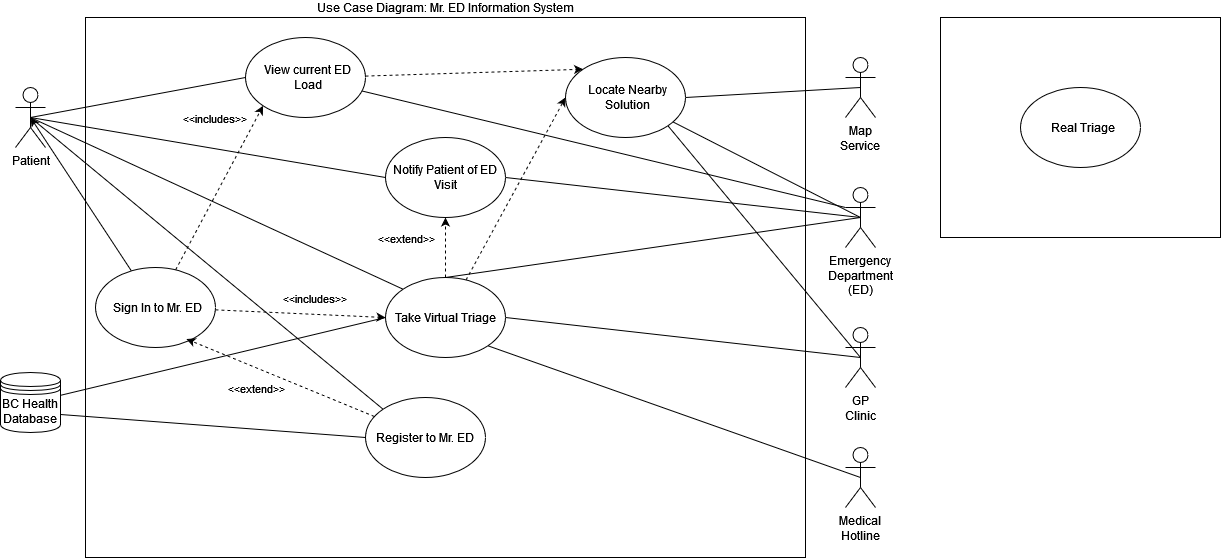
Above: Assets/UseCaseDiagram.drawio.png in uvic-teach/project-m1-team9 (draw.io), before the change. Source tidied: cells renumbered, new cells last; positions are measured from the earlier drawing's top-left corner, leaving out a move shared by most shapes.
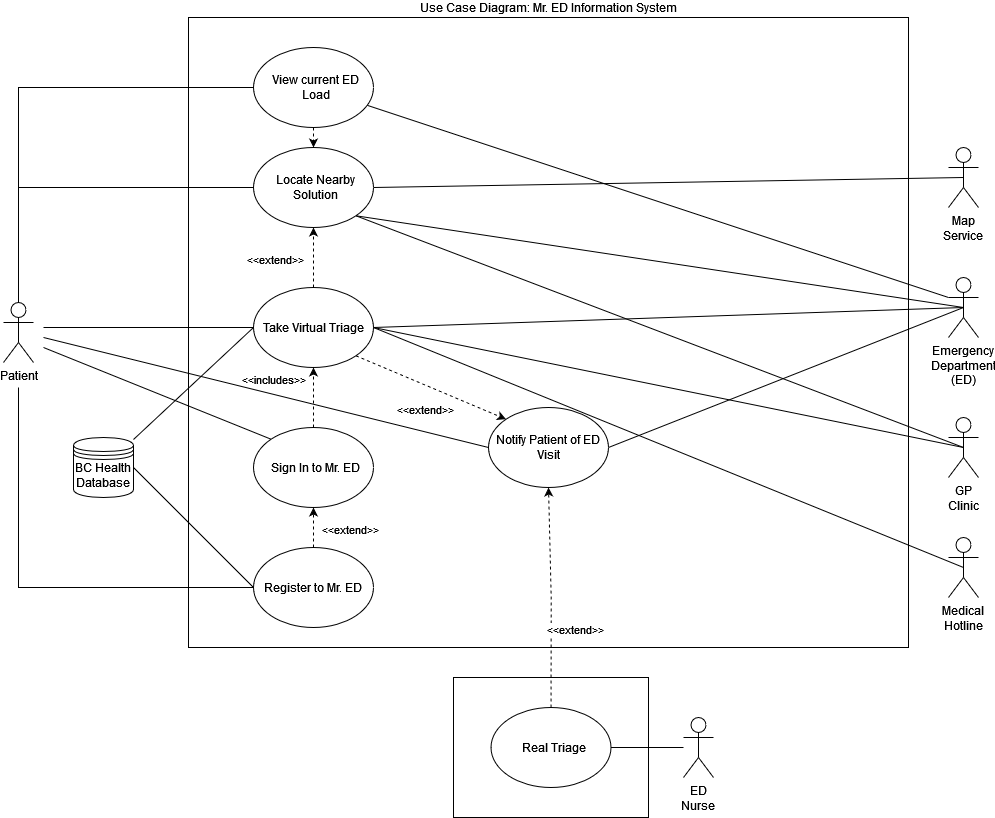
Above is the later version.

Change to the diagram source:
```diff
@@ -3,40 +3,68 @@
     <mxCell id="0" />
     <mxCell id="1" parent="0" />
     <mxCell id="2" value="Use Case Diagram: Mr. ED Information System" style="rounded=0;whiteSpace=wrap;html=1;labelPosition=center;verticalLabelPosition=top;align=center;verticalAlign=bottom;" parent="1" vertex="1">
-      <mxGeometry x="85" width="720" height="540" as="geometry" />
+      <mxGeometry x="85" y="-90" width="720" height="630" as="geometry" />
     </mxCell>
-    <mxCell id="3" style="rounded=0;jettySize=auto;html=1;entryX=0;entryY=0.5;entryDx=0;entryDy=0;endArrow=none;endFill=0;exitX=0.5;exitY=0.5;exitDx=0;exitDy=0;exitPerimeter=0;" parent="1" edge="1" source="5" target="12">
-      <mxGeometry relative="1" as="geometry" />
+    <mxCell id="3" style="rounded=0;jettySize=auto;html=1;entryX=0;entryY=0.5;entryDx=0;entryDy=0;endArrow=none;endFill=0;" parent="1" edge="1" target="12">
+      <mxGeometry relative="1" as="geometry">
+        <mxPoint x="-60" y="230" as="sourcePoint" />
+      </mxGeometry>
     </mxCell>
-    <mxCell id="4" style="rounded=0;jettySize=auto;html=1;entryX=0;entryY=0;entryDx=0;entryDy=0;endArrow=none;endFill=0;exitX=0.5;exitY=0.5;exitDx=0;exitDy=0;exitPerimeter=0;" parent="1" edge="1" source="5" target="9">
-      <mxGeometry relative="1" as="geometry" />
+    <mxCell id="4" style="rounded=0;jettySize=auto;html=1;entryX=0;entryY=0.5;entryDx=0;entryDy=0;endArrow=none;endFill=0;" parent="1" edge="1" target="9">
+      <mxGeometry relative="1" as="geometry">
+        <mxPoint x="-60" y="220" as="sourcePoint" />
+      </mxGeometry>
     </mxCell>
+    <mxCell id="42" style="rounded=0;jettySize=auto;html=1;entryX=0;entryY=0;entryDx=0;entryDy=0;endArrow=none;endFill=0;" parent="1" edge="1" target="35">
+      <mxGeometry relative="1" as="geometry">
+        <mxPoint x="-60" y="240" as="sourcePoint" />
+      </mxGeometry>
+    </mxCell>
+    <mxCell id="17" style="edgeStyle=orthogonalEdgeStyle;rounded=0;jettySize=auto;html=1;entryX=0;entryY=0.5;entryDx=0;entryDy=0;endArrow=none;endFill=0;" parent="1" edge="1" source="5" target="11">
+      <mxGeometry relative="1" as="geometry">
+        <Array as="points">
+          <mxPoint x="-85" y="-20" />
+        </Array>
+      </mxGeometry>
+    </mxCell>
+    <mxCell id="43" style="edgeStyle=orthogonalEdgeStyle;rounded=0;jettySize=auto;html=1;entryX=0;entryY=0.5;entryDx=0;entryDy=0;endArrow=none;endFill=0;" parent="1" edge="1" source="5" target="28">
+      <mxGeometry relative="1" as="geometry">
+        <Array as="points">
+          <mxPoint x="-85" y="80" />
+        </Array>
+      </mxGeometry>
+    </mxCell>
     <mxCell id="5" value="Patient" style="shape=umlActor;verticalLabelPosition=bottom;verticalAlign=top;html=1;" parent="1" vertex="1">
-      <mxGeometry x="15" y="70" width="30" height="60" as="geometry" />
+      <mxGeometry x="-100" y="195" width="30" height="60" as="geometry" />
     </mxCell>
     <mxCell id="6" value="Register to Mr. ED" style="ellipse;whiteSpace=wrap;html=1;" parent="1" vertex="1">
-      <mxGeometry x="365" y="380" width="120" height="80" as="geometry" />
+      <mxGeometry x="150" y="440" width="120" height="80" as="geometry" />
     </mxCell>
-    <mxCell id="7" style="rounded=0;jettySize=auto;html=1;entryX=0.5;entryY=1;entryDx=0;entryDy=0;dashed=1;exitX=0.5;exitY=0;exitDx=0;exitDy=0;" parent="1" edge="1" source="9" target="12">
+    <mxCell id="7" style="rounded=0;jettySize=auto;html=1;entryX=0;entryY=0;entryDx=0;entryDy=0;dashed=1;exitX=1;exitY=1;exitDx=0;exitDy=0;" parent="1" edge="1" source="9" target="12">
       <mxGeometry relative="1" as="geometry" />
     </mxCell>
-    <mxCell id="8" style="rounded=0;jettySize=auto;html=1;entryX=0;entryY=0.5;entryDx=0;entryDy=0;dashed=1;" parent="1" edge="1" source="9" target="28">
+    <mxCell id="8" style="rounded=0;jettySize=auto;html=1;entryX=0.5;entryY=1;entryDx=0;entryDy=0;dashed=1;" parent="1" edge="1" source="9" target="28">
       <mxGeometry relative="1" as="geometry" />
     </mxCell>
     <mxCell id="9" value="Take Virtual Triage" style="ellipse;whiteSpace=wrap;html=1;" parent="1" vertex="1">
-      <mxGeometry x="385" y="260" width="120" height="80" as="geometry" />
+      <mxGeometry x="150" y="180" width="120" height="80" as="geometry" />
     </mxCell>
-    <mxCell id="10" style="rounded=0;jettySize=auto;html=1;entryX=0;entryY=0;entryDx=0;entryDy=0;dashed=1;" parent="1" edge="1" source="11" target="28">
+    <mxCell id="10" style="rounded=0;jettySize=auto;html=1;entryX=0.5;entryY=0;entryDx=0;entryDy=0;dashed=1;" parent="1" edge="1" source="11" target="28">
       <mxGeometry relative="1" as="geometry" />
     </mxCell>
     <mxCell id="11" value="View current ED Load" style="ellipse;whiteSpace=wrap;html=1;spacingLeft=5;" parent="1" vertex="1">
-      <mxGeometry x="245" y="20" width="120" height="80" as="geometry" />
+      <mxGeometry x="150" y="-60" width="120" height="80" as="geometry" />
     </mxCell>
     <mxCell id="12" value="Notify Patient of ED Visit" style="ellipse;whiteSpace=wrap;html=1;" parent="1" vertex="1">
-      <mxGeometry x="385" y="120" width="120" height="80" as="geometry" />
+      <mxGeometry x="385" y="300" width="120" height="80" as="geometry" />
     </mxCell>
-    <mxCell id="13" style="endArrow=none;html=1;rounded=0;entryX=0;entryY=0;entryDx=0;entryDy=0;endFill=0;exitX=0.5;exitY=0.5;exitDx=0;exitDy=0;exitPerimeter=0;" parent="1" edge="1" source="5" target="6">
-      <mxGeometry relative="1" as="geometry" />
+    <mxCell id="13" style="endArrow=none;html=1;rounded=0;entryX=0;entryY=0.5;entryDx=0;entryDy=0;endFill=0;edgeStyle=orthogonalEdgeStyle;" parent="1" edge="1" target="6">
+      <mxGeometry relative="1" as="geometry">
+        <mxPoint x="-85" y="280" as="sourcePoint" />
+        <Array as="points">
+          <mxPoint x="-85" y="480" />
+        </Array>
+      </mxGeometry>
     </mxCell>
     <mxCell id="14" style="rounded=0;jettySize=auto;html=1;entryX=1;entryY=0.5;entryDx=0;entryDy=0;endArrow=none;endFill=0;exitX=0.5;exitY=0.5;exitDx=0;exitDy=0;exitPerimeter=0;" parent="1" edge="1" source="15" target="12">
       <mxGeometry relative="1" as="geometry" />
@@ -44,22 +72,19 @@
     <mxCell id="15" value="Emergency Department (ED)" style="shape=umlActor;verticalLabelPosition=bottom;verticalAlign=top;html=1;whiteSpace=wrap;" parent="1" vertex="1">
       <mxGeometry x="845" y="170" width="30" height="60" as="geometry" />
     </mxCell>
-    <mxCell id="16" style="endArrow=none;endFill=0;endSize=6;html=1;rounded=0;entryX=0.5;entryY=0;entryDx=0;entryDy=0;exitX=0.5;exitY=0.5;exitDx=0;exitDy=0;exitPerimeter=0;" parent="1" edge="1" source="15" target="9">
+    <mxCell id="16" style="endArrow=none;endFill=0;endSize=6;html=1;rounded=0;entryX=1;entryY=0.5;entryDx=0;entryDy=0;exitX=0.5;exitY=0.5;exitDx=0;exitDy=0;exitPerimeter=0;" parent="1" edge="1" source="15" target="9">
       <mxGeometry relative="1" as="geometry" />
     </mxCell>
-    <mxCell id="17" style="endArrow=none;html=1;rounded=0;entryX=0;entryY=0.5;entryDx=0;entryDy=0;endFill=0;exitX=0.5;exitY=0.5;exitDx=0;exitDy=0;exitPerimeter=0;" parent="1" edge="1" source="5" target="11">
-      <mxGeometry relative="1" as="geometry" />
-    </mxCell>
-    <mxCell id="18" style="rounded=0;jettySize=auto;html=1;entryX=0;entryY=0.5;entryDx=0;entryDy=0;endArrow=none;endFill=0;exitX=1;exitY=0.7;exitDx=0;exitDy=0;" parent="1" edge="1" source="20" target="6">
+    <mxCell id="18" style="rounded=0;jettySize=auto;html=1;entryX=0;entryY=0.5;entryDx=0;entryDy=0;endArrow=none;endFill=0;exitX=1;exitY=0.5;exitDx=0;exitDy=0;" parent="1" edge="1" source="20" target="6">
       <mxGeometry relative="1" as="geometry" />
     </mxCell>
     <mxCell id="19" style="rounded=0;jettySize=auto;html=1;entryX=0;entryY=0.5;entryDx=0;entryDy=0;endArrow=none;endFill=0;" parent="1" edge="1" source="20" target="9">
       <mxGeometry relative="1" as="geometry" />
     </mxCell>
     <mxCell id="20" value="BC Health Database" style="shape=datastore;whiteSpace=wrap;html=1;" parent="1" vertex="1">
-      <mxGeometry y="355" width="60" height="60" as="geometry" />
+      <mxGeometry x="-30" y="330" width="60" height="60" as="geometry" />
     </mxCell>
-    <mxCell id="21" style="rounded=0;jettySize=auto;html=1;entryX=1;entryY=1;entryDx=0;entryDy=0;endArrow=none;endFill=0;exitX=0.5;exitY=0.5;exitDx=0;exitDy=0;exitPerimeter=0;" parent="1" edge="1" source="22" target="9">
+    <mxCell id="21" style="rounded=0;jettySize=auto;html=1;entryX=1;entryY=0.5;entryDx=0;entryDy=0;endArrow=none;endFill=0;exitX=0.5;exitY=0.5;exitDx=0;exitDy=0;exitPerimeter=0;" parent="1" edge="1" source="22" target="9">
       <mxGeometry relative="1" as="geometry" />
     </mxCell>
     <mxCell id="22" value="Medical Hotline" style="shape=umlActor;verticalLabelPosition=bottom;verticalAlign=top;html=1;whiteSpace=wrap;" parent="1" vertex="1">
@@ -75,13 +100,13 @@
       <mxGeometry relative="1" as="geometry" />
     </mxCell>
     <mxCell id="26" value="&amp;lt;&amp;lt;extend&amp;gt;&amp;gt;" style="edgeLabel;html=1;align=center;verticalAlign=middle;" parent="1" vertex="1">
-      <mxGeometry x="255" y="370" as="geometry" />
+      <mxGeometry x="245" y="420" as="geometry" />
     </mxCell>
     <mxCell id="27" value="&amp;lt;&amp;lt;extend&amp;gt;&amp;gt;" style="edgeLabel;html=1;align=center;verticalAlign=middle;" parent="1" vertex="1">
-      <mxGeometry x="405" y="220" as="geometry" />
+      <mxGeometry x="170" y="150" as="geometry" />
     </mxCell>
     <mxCell id="28" value="Locate Nearby Solution" style="ellipse;whiteSpace=wrap;html=1;spacingLeft=5;" parent="1" vertex="1">
-      <mxGeometry x="565" y="40" width="120" height="80" as="geometry" />
+      <mxGeometry x="150" y="40" width="120" height="80" as="geometry" />
     </mxCell>
     <mxCell id="29" style="rounded=0;jettySize=auto;html=1;entryX=1;entryY=0.5;entryDx=0;entryDy=0;endArrow=none;endFill=0;exitX=0.5;exitY=0.5;exitDx=0;exitDy=0;exitPerimeter=0;" parent="1" edge="1" source="30" target="28">
       <mxGeometry relative="1" as="geometry" />
@@ -92,39 +117,43 @@
     <mxCell id="31" style="rounded=0;jettySize=auto;html=1;entryX=0.5;entryY=0.5;entryDx=0;entryDy=0;entryPerimeter=0;endArrow=none;endFill=0;exitX=1;exitY=1;exitDx=0;exitDy=0;" parent="1" edge="1" source="28" target="24">
       <mxGeometry relative="1" as="geometry" />
     </mxCell>
-    <mxCell id="32" style="rounded=0;jettySize=auto;html=1;entryX=0.5;entryY=0.5;entryDx=0;entryDy=0;entryPerimeter=0;endArrow=none;endFill=0;" parent="1" edge="1" source="28" target="15">
+    <mxCell id="32" style="rounded=0;jettySize=auto;html=1;entryX=0.5;entryY=0.5;entryDx=0;entryDy=0;entryPerimeter=0;endArrow=none;endFill=0;exitX=1;exitY=1;exitDx=0;exitDy=0;" parent="1" edge="1" source="28" target="15">
       <mxGeometry relative="1" as="geometry" />
     </mxCell>
-    <mxCell id="33" style="rounded=0;jettySize=auto;html=1;entryX=0;entryY=0.5;entryDx=0;entryDy=0;dashed=1;" parent="1" edge="1" source="35" target="9">
+    <mxCell id="33" style="rounded=0;jettySize=auto;html=1;entryX=0.5;entryY=1;entryDx=0;entryDy=0;dashed=1;" parent="1" edge="1" source="35" target="9">
       <mxGeometry relative="1" as="geometry" />
     </mxCell>
-    <mxCell id="34" style="rounded=0;jettySize=auto;html=1;entryX=0;entryY=1;entryDx=0;entryDy=0;dashed=1;" parent="1" edge="1" source="35" target="11">
-      <mxGeometry relative="1" as="geometry" />
-    </mxCell>
     <mxCell id="35" value="Sign In to Mr. ED" style="ellipse;whiteSpace=wrap;html=1;spacingLeft=5;" parent="1" vertex="1">
-      <mxGeometry x="95" y="250" width="120" height="80" as="geometry" />
+      <mxGeometry x="150" y="320" width="120" height="80" as="geometry" />
     </mxCell>
-    <mxCell id="36" style="rounded=0;jettySize=auto;html=1;entryX=0.5;entryY=0.5;entryDx=0;entryDy=0;entryPerimeter=0;" parent="1" edge="1" source="35" target="5">
-      <mxGeometry relative="1" as="geometry" />
-    </mxCell>
-    <mxCell id="37" value="&amp;lt;&amp;lt;includes&amp;gt;&amp;gt;" style="edgeLabel;html=1;align=center;verticalAlign=middle;" parent="1" vertex="1">
-      <mxGeometry x="205" y="110" as="geometry">
-        <mxPoint x="8" y="-10" as="offset" />
-      </mxGeometry>
-    </mxCell>
     <mxCell id="38" value="&amp;lt;&amp;lt;includes&amp;gt;&amp;gt;" style="edgeLabel;html=1;align=center;verticalAlign=middle;" parent="1" vertex="1">
-      <mxGeometry x="305" y="290" as="geometry">
+      <mxGeometry x="160" y="280" as="geometry">
         <mxPoint x="8" y="-10" as="offset" />
       </mxGeometry>
     </mxCell>
-    <mxCell id="39" style="rounded=0;jettySize=auto;html=1;entryX=0.758;entryY=0.894;entryDx=0;entryDy=0;entryPerimeter=0;dashed=1;" parent="1" edge="1" source="6" target="35">
+    <mxCell id="39" style="rounded=0;jettySize=auto;html=1;entryX=0.5;entryY=1;entryDx=0;entryDy=0;dashed=1;" parent="1" edge="1" source="6" target="35">
       <mxGeometry relative="1" as="geometry" />
     </mxCell>
     <mxCell id="40" style="rounded=0;whiteSpace=wrap;html=1;" parent="1" vertex="1">
-      <mxGeometry x="940" width="280" height="220" as="geometry" />
+      <mxGeometry x="350" y="570" width="195" height="140" as="geometry" />
     </mxCell>
+    <mxCell id="44" style="edgeStyle=orthogonalEdgeStyle;rounded=0;jettySize=auto;html=1;dashed=1;" parent="1" edge="1" source="41" target="12">
+      <mxGeometry relative="1" as="geometry" />
+    </mxCell>
     <mxCell id="41" value="Real Triage" style="ellipse;whiteSpace=wrap;html=1;spacingLeft=5;" parent="1" vertex="1">
-      <mxGeometry x="1020" y="70" width="120" height="80" as="geometry" />
+      <mxGeometry x="387.5" y="600" width="120" height="80" as="geometry" />
     </mxCell>
+    <mxCell id="45" style="edgeStyle=orthogonalEdgeStyle;rounded=0;jettySize=auto;html=1;endArrow=none;endFill=0;" parent="1" edge="1" source="46" target="41">
+      <mxGeometry relative="1" as="geometry" />
+    </mxCell>
+    <mxCell id="46" value="ED Nurse" style="shape=umlActor;verticalLabelPosition=bottom;verticalAlign=top;html=1;whiteSpace=wrap;" parent="1" vertex="1">
+      <mxGeometry x="580" y="610" width="30" height="60" as="geometry" />
+    </mxCell>
+    <mxCell id="47" value="&amp;lt;&amp;lt;extend&amp;gt;&amp;gt;" style="edgeLabel;html=1;align=center;verticalAlign=middle;" parent="1" vertex="1">
+      <mxGeometry x="470" y="520" as="geometry" />
+    </mxCell>
+    <mxCell id="48" value="&amp;lt;&amp;lt;extend&amp;gt;&amp;gt;" style="edgeLabel;html=1;align=center;verticalAlign=middle;" parent="1" vertex="1">
+      <mxGeometry x="320" y="300" as="geometry" />
+    </mxCell>
   </root>
 </mxGraphModel>
```
